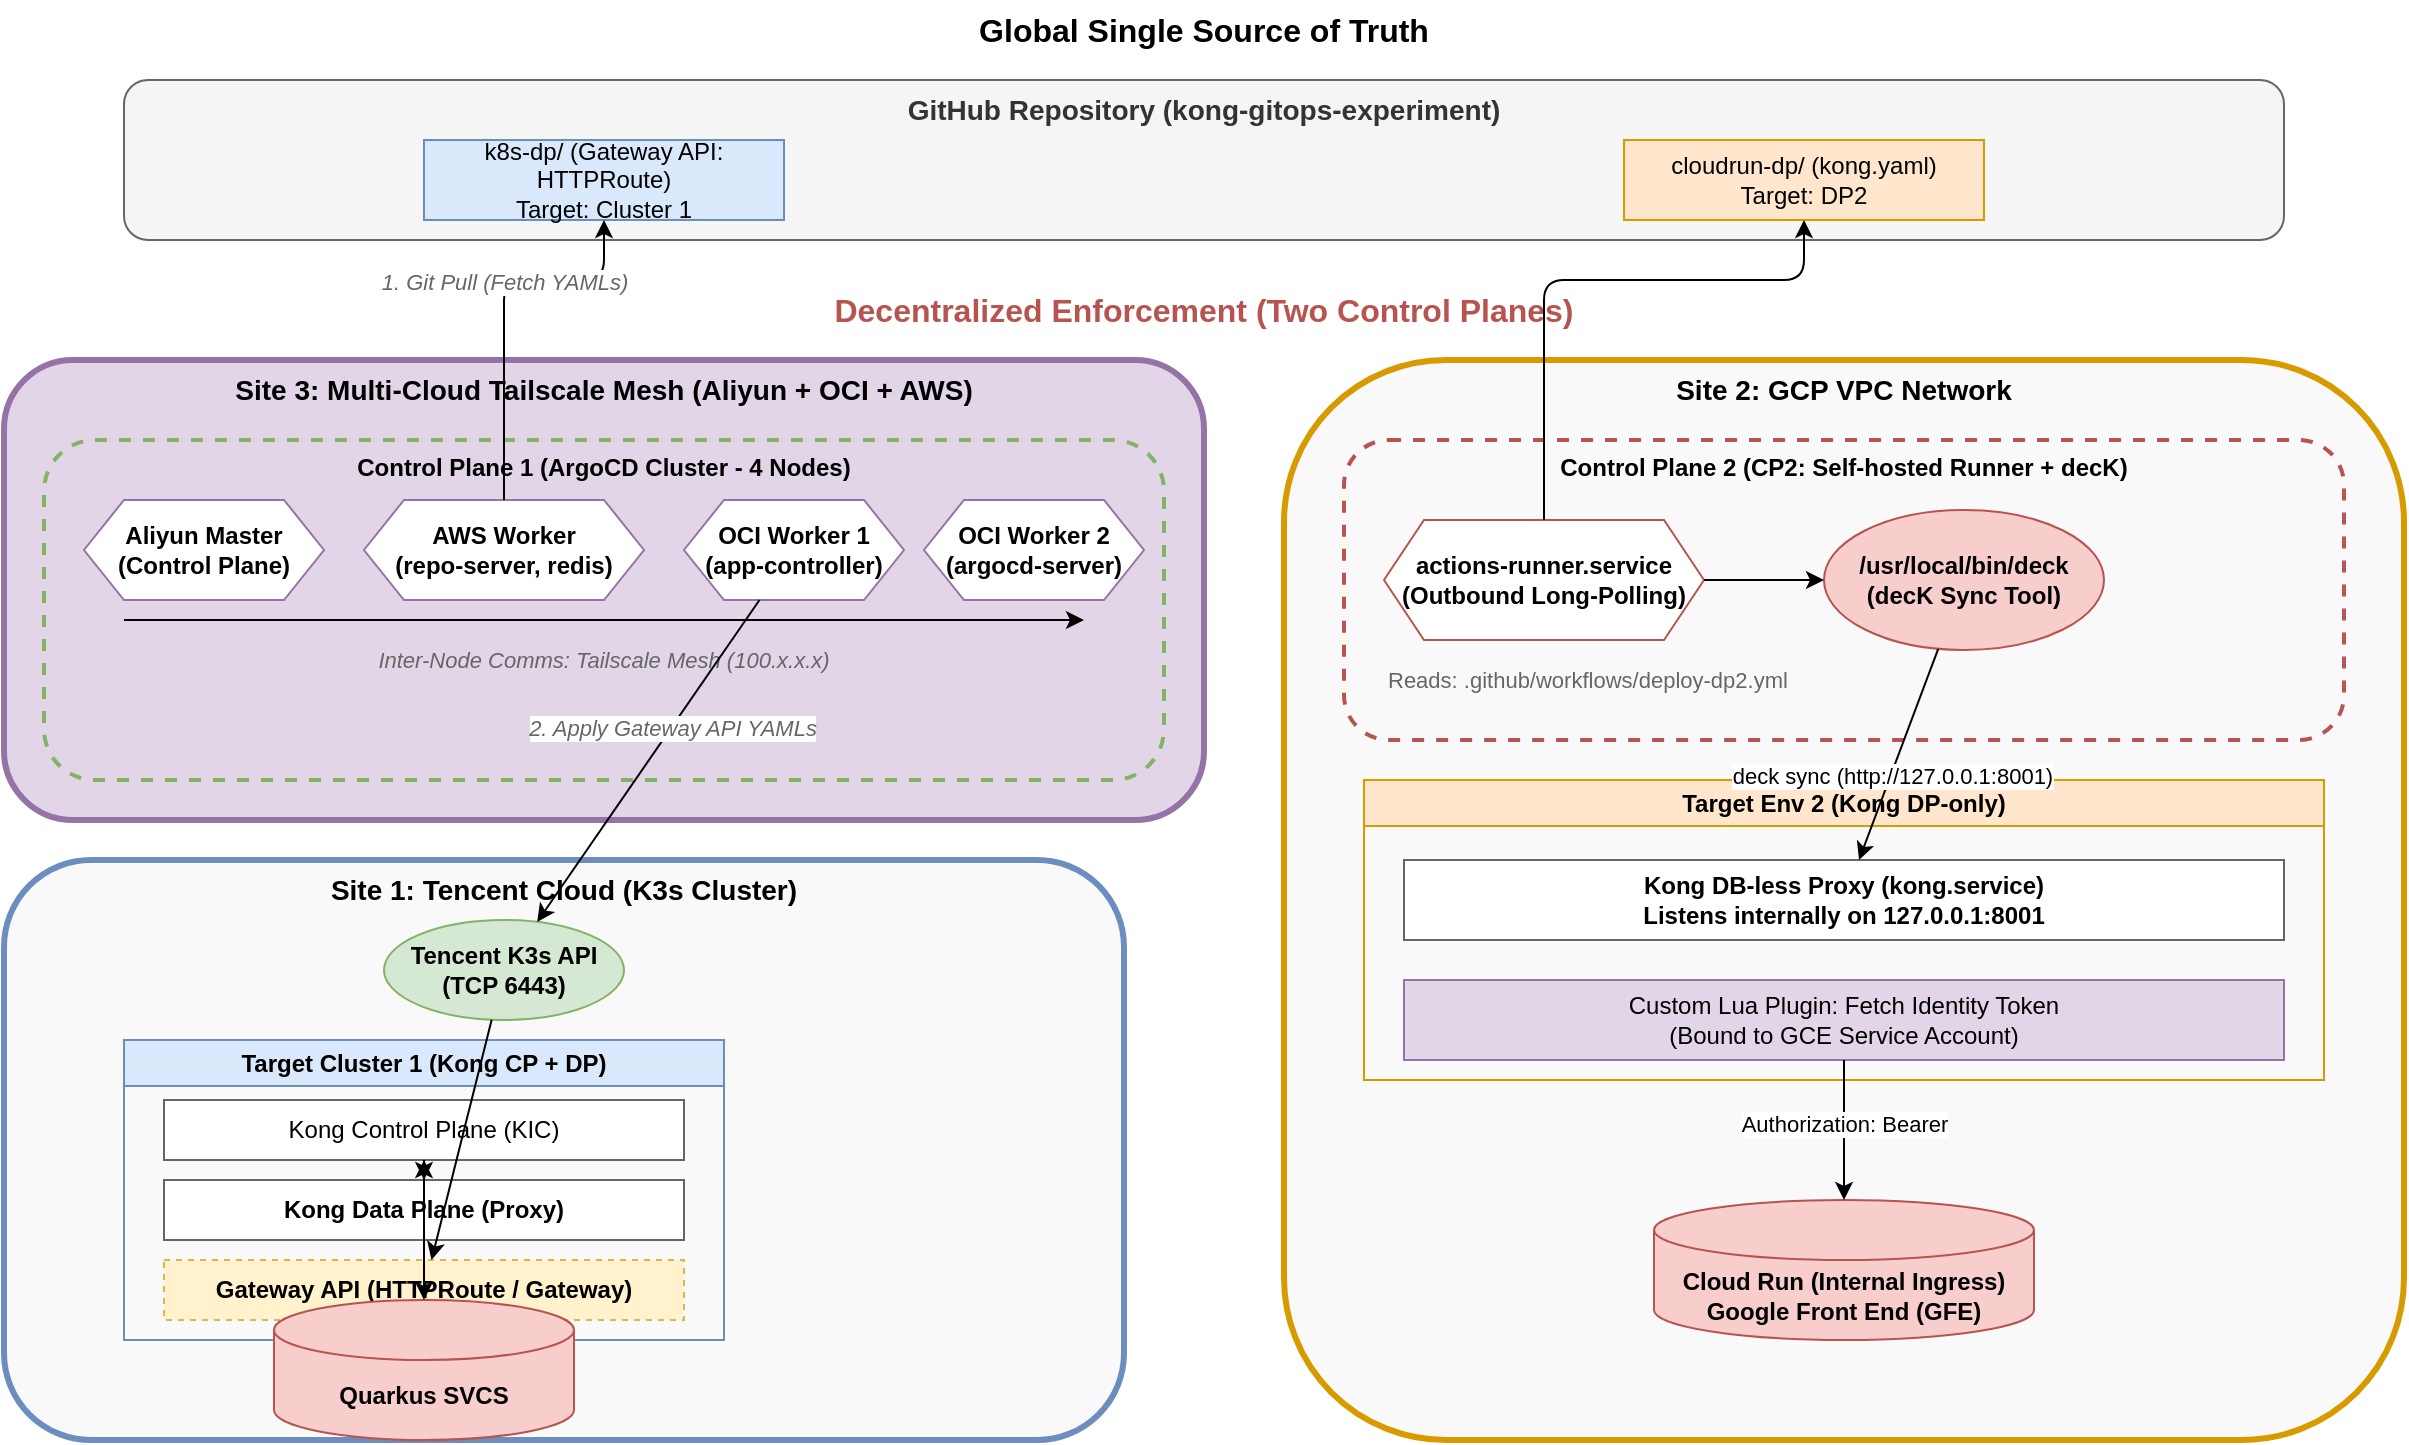
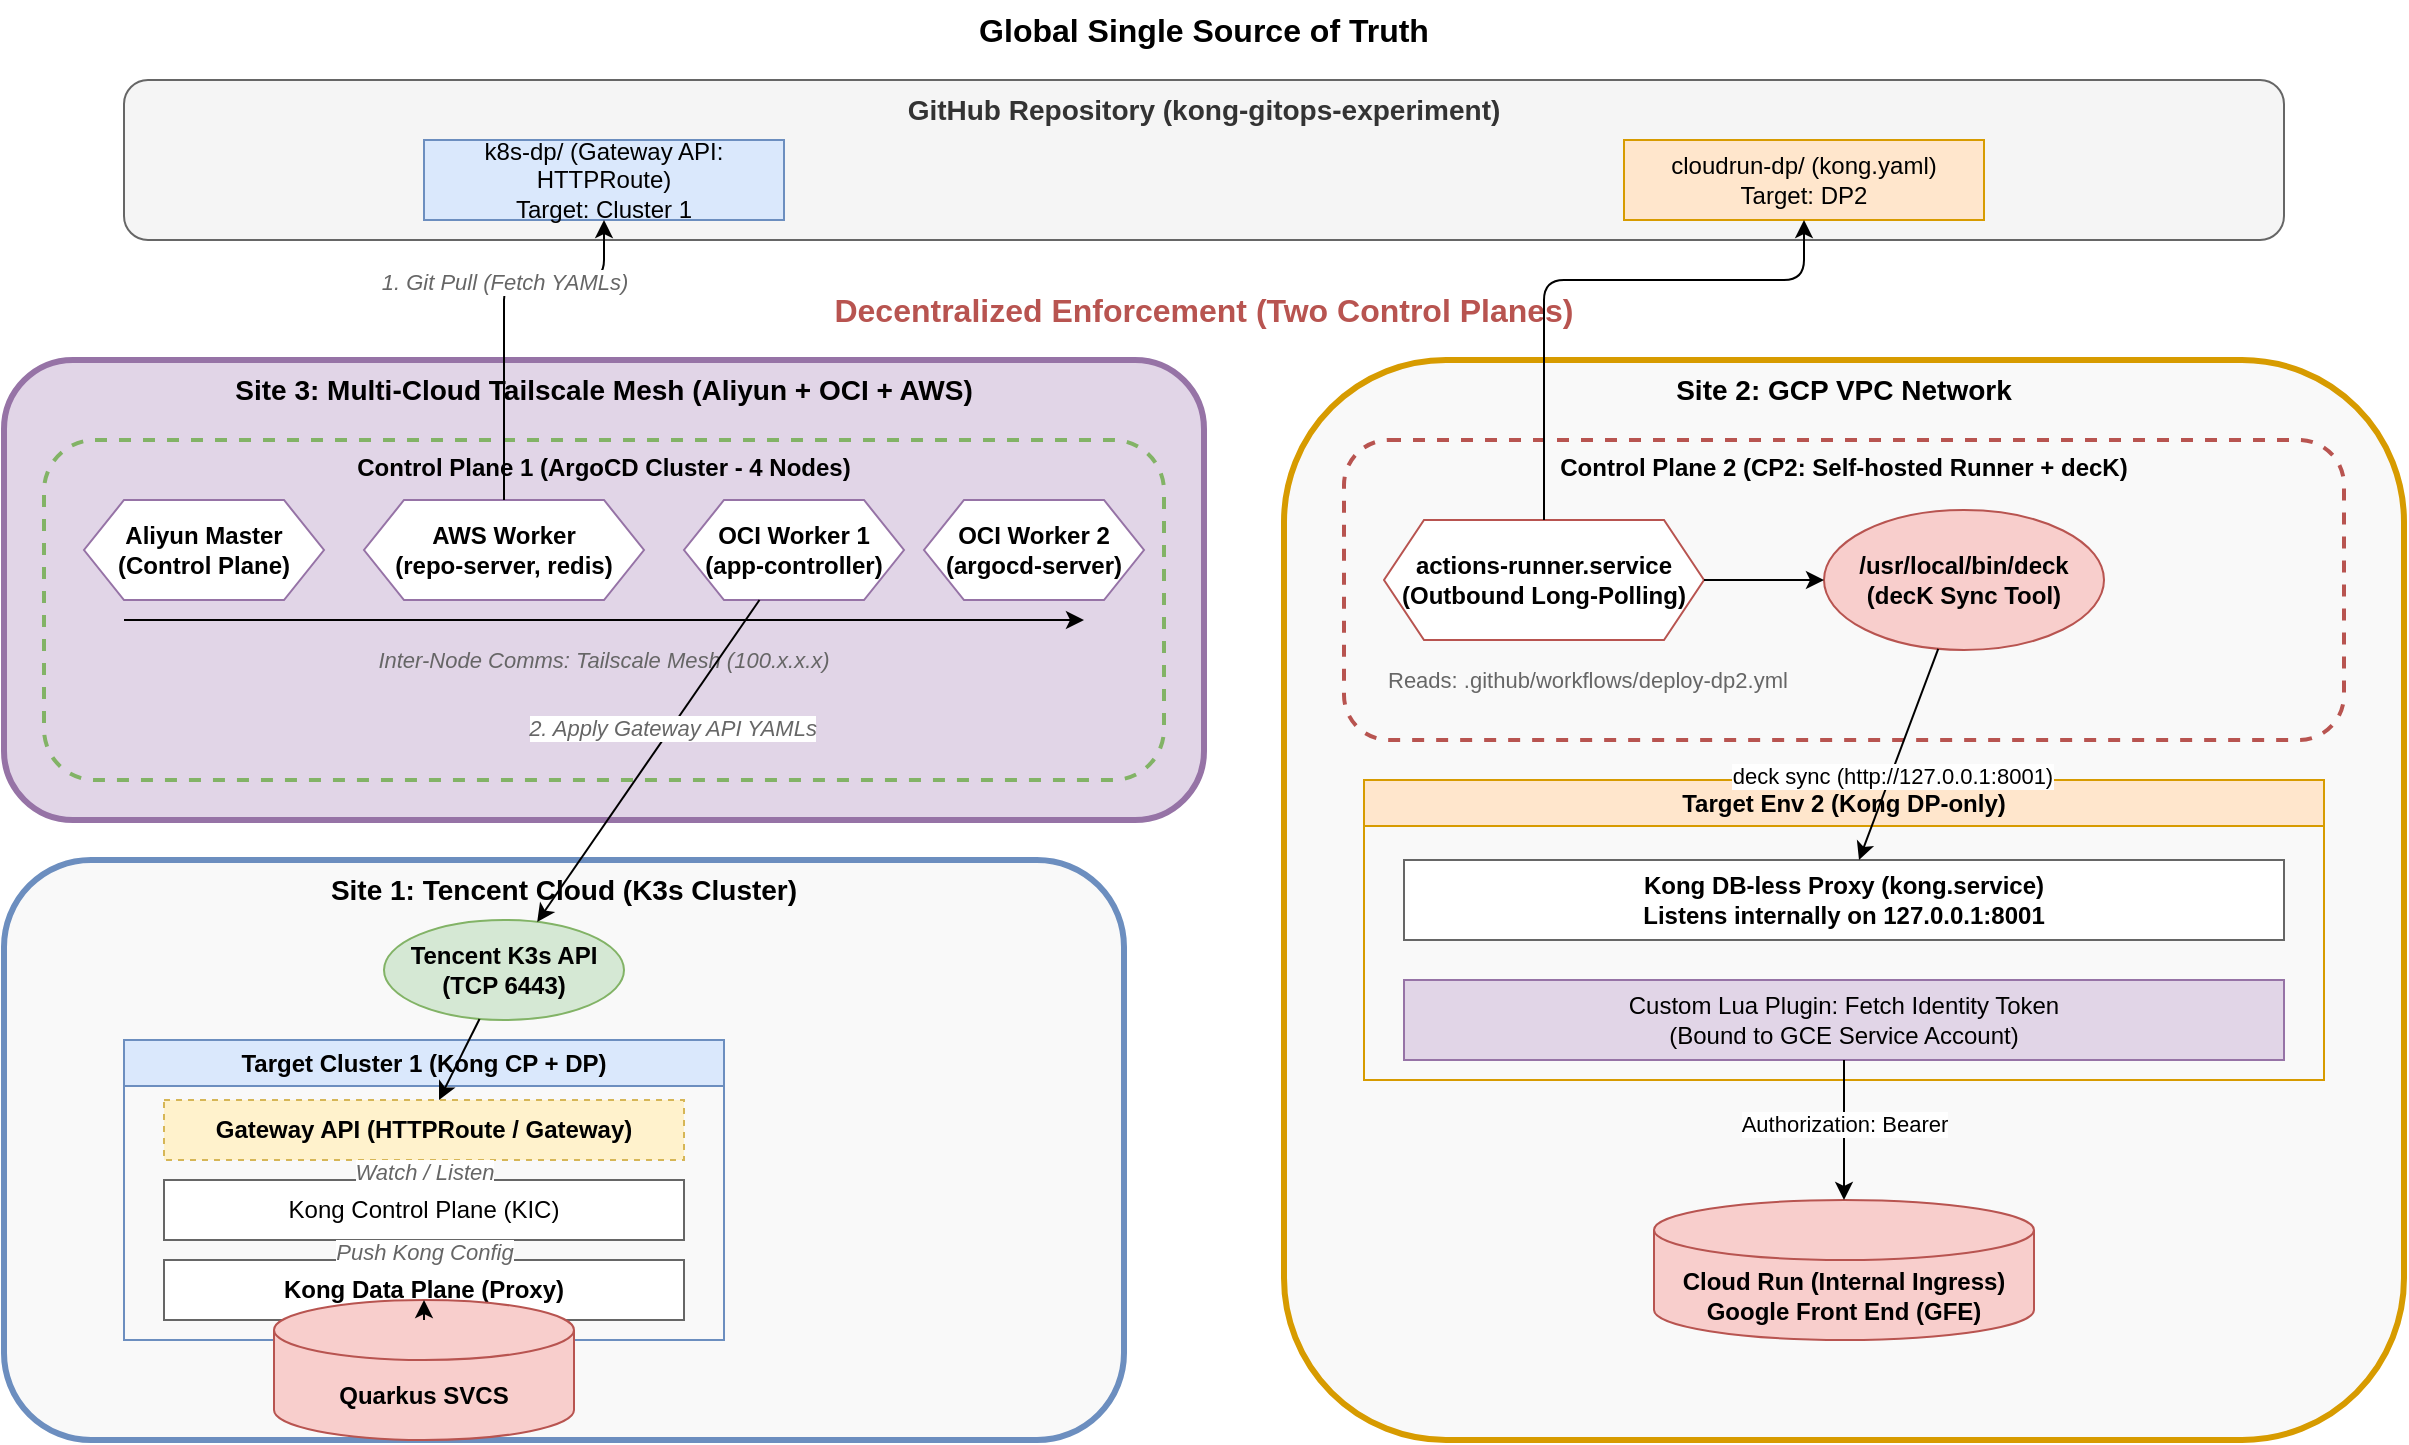
<mxfile host="Electron" modified="2026-06-06T14:45:00.000Z" agent="Mozilla/5.0" version="22.1.2" type="device">
  <diagram id="kong-gitops-cp-details" name="Architecture">
    <mxGraphModel dx="1434" dy="844" grid="1" gridSize="10" guides="1" tooltips="1" connect="1" arrows="1" fold="1" page="1" pageScale="1" pageWidth="1300" pageHeight="900" math="0" shadow="0">
      <root>
        <mxCell id="0" />
        <mxCell id="1" parent="0" />

        <!-- Global Truth -->
        <mxCell id="global_truth" value="Global Single Source of Truth" style="text;html=1;strokeColor=none;fillColor=none;align=center;verticalAlign=middle;whiteSpace=wrap;rounded=0;fontStyle=1;fontSize=16;" vertex="1" parent="1">
          <mxGeometry x="500" y="10" width="280" height="30" as="geometry" />
        </mxCell>

        <!-- GitHub Repo Box -->
        <mxCell id="github_repo" value="GitHub Repository (kong-gitops-experiment)" style="rounded=1;whiteSpace=wrap;html=1;fillColor=#f5f5f5;fontStyle=1;strokeColor=#666666;fontColor=#333333;verticalAlign=top;fontSize=14;" vertex="1" parent="1">
          <mxGeometry x="100" y="50" width="1080" height="80" as="geometry" />
        </mxCell>

        <mxCell id="github_k8s_code" value="k8s-dp/ (Gateway API: HTTPRoute)&#10;Target: Cluster 1" style="rounded=0;whiteSpace=wrap;html=1;fillColor=#dae8fc;strokeColor=#6c8ebf;" vertex="1" parent="1">
          <mxGeometry x="250" y="80" width="180" height="40" as="geometry" />
        </mxCell>

        <mxCell id="github_cr_code" value="cloudrun-dp/ (kong.yaml)&#10;Target: DP2" style="rounded=0;whiteSpace=wrap;html=1;fillColor=#ffe6cc;strokeColor=#d79b00;" vertex="1" parent="1">
          <mxGeometry x="850" y="80" width="180" height="40" as="geometry" />
        </mxCell>

        <!-- Decentralized Control Planes Header -->
        <mxCell id="decentralized_label" value="Decentralized Enforcement (Two Control Planes)" style="text;html=1;strokeColor=none;fillColor=none;align=center;verticalAlign=middle;whiteSpace=wrap;rounded=0;fontStyle=1;fontSize=16;fontColor=#b85450;" vertex="1" parent="1">
          <mxGeometry x="450" y="150" width="380" height="30" as="geometry" />
        </mxCell>

        <!-- Site 3: OCI & Aliyun & AWS -->
        <mxCell id="oci_cloud" value="Site 3: Multi-Cloud Tailscale Mesh (Aliyun + OCI + AWS)" style="rounded=1;whiteSpace=wrap;html=1;fillColor=#e1d5e7;strokeColor=#9673a6;strokeWidth=3;verticalAlign=top;fontStyle=1;fontSize=14;" vertex="1" parent="1">
          <mxGeometry x="40" y="190" width="600" height="230" as="geometry" />
        </mxCell>

        <!-- Site 1: Tencent Cloud -->
        <mxCell id="lan_cluster" value="Site 1: Tencent Cloud (K3s Cluster)" style="rounded=1;whiteSpace=wrap;html=1;fillColor=#f9f9f9;strokeColor=#6c8ebf;strokeWidth=3;verticalAlign=top;fontStyle=1;fontSize=14;" vertex="1" parent="1">
          <mxGeometry x="40" y="440" width="560" height="290" as="geometry" />
        </mxCell>

        <!-- Site 2: GCP -->
        <mxCell id="gcp_vpc" value="Site 2: GCP VPC Network" style="rounded=1;whiteSpace=wrap;html=1;fillColor=#f9f9f9;strokeColor=#d79b00;strokeWidth=3;verticalAlign=top;fontStyle=1;fontSize=14;" vertex="1" parent="1">
          <mxGeometry x="680" y="190" width="560" height="540" as="geometry" />
        </mxCell>

        <!-- CP1 Box (Cross-Cloud) -->
        <mxCell id="cp1_box" value="Control Plane 1 (ArgoCD Cluster - 4 Nodes)" style="rounded=1;whiteSpace=wrap;html=1;fillColor=none;strokeColor=#82b366;strokeWidth=2;dashed=1;verticalAlign=top;fontStyle=1;" vertex="1" parent="1">
          <mxGeometry x="60" y="230" width="560" height="170" as="geometry" />
        </mxCell>

        <mxCell id="cp1_aliyun" value="Aliyun Master&#10;(Control Plane)" style="shape=hexagon;perimeter=hexagonPerimeter2;whiteSpace=wrap;html=1;fixedSize=1;fillColor=#ffffff;strokeColor=#9673a6;fontStyle=1" vertex="1" parent="cp1_box">
          <mxGeometry x="20" y="30" width="120" height="50" as="geometry" />
        </mxCell>

        <mxCell id="cp1_aws" value="AWS Worker&#10;(repo-server, redis)" style="shape=hexagon;perimeter=hexagonPerimeter2;whiteSpace=wrap;html=1;fixedSize=1;fillColor=#ffffff;strokeColor=#9673a6;fontStyle=1" vertex="1" parent="cp1_box">
          <mxGeometry x="160" y="30" width="140" height="50" as="geometry" />
        </mxCell>

        <mxCell id="cp1_oci1" value="OCI Worker 1&#10;(app-controller)" style="shape=hexagon;perimeter=hexagonPerimeter2;whiteSpace=wrap;html=1;fixedSize=1;fillColor=#ffffff;strokeColor=#9673a6;fontStyle=1" vertex="1" parent="cp1_box">
          <mxGeometry x="320" y="30" width="110" height="50" as="geometry" />
        </mxCell>

        <mxCell id="cp1_oci2" value="OCI Worker 2&#10;(argocd-server)" style="shape=hexagon;perimeter=hexagonPerimeter2;whiteSpace=wrap;html=1;fixedSize=1;fillColor=#ffffff;strokeColor=#9673a6;fontStyle=1" vertex="1" parent="cp1_box">
          <mxGeometry x="440" y="30" width="110" height="50" as="geometry" />
        </mxCell>

        <!-- Tailscale Mesh Network inside CP1 -->
        <mxCell id="cp1_tailscale_desc" value="Inter-Node Comms: Tailscale Mesh (100.x.x.x)" style="text;html=1;strokeColor=none;fillColor=none;align=center;verticalAlign=middle;whiteSpace=wrap;rounded=0;fontStyle=2;fontSize=11;fontColor=#666666;" vertex="1" parent="cp1_box">
          <mxGeometry x="130" y="100" width="300" height="20" as="geometry" />
        </mxCell>
        <mxCell id="cp1_tailscale_line" edge="1" parent="cp1_box">
          <mxGeometry width="50" height="50" relative="1" as="geometry">
            <mxPoint x="40" y="90" as="sourcePoint" />
            <mxPoint x="520" y="90" as="targetPoint" />
          </mxGeometry>
        </mxCell>

        <!-- K8s API in Tencent -->
        <mxCell id="tencent_api" value="Tencent K3s API&#10;(TCP 6443)" style="ellipse;whiteSpace=wrap;html=1;fillColor=#d5e8d4;strokeColor=#82b366;fontStyle=1" vertex="1" parent="1">
          <mxGeometry x="230" y="470" width="120" height="50" as="geometry" />
        </mxCell>

        <!-- ArgoCD Application Controller -> Tencent API -->
        <mxCell id="argo_to_tencent" edge="1" parent="1" source="cp1_oci1" target="tencent_api">
          <mxGeometry relative="1" as="geometry" />
        </mxCell>
        <mxCell id="label_argo_sync" value="2. Apply Gateway API YAMLs" style="edgeLabel;html=1;align=center;verticalAlign=middle;resizable=0;points=[];fontColor=#666666;fontStyle=2;backgroundColor=#ffffff;" vertex="1" connectable="0" parent="argo_to_tencent">
          <mxGeometry x="-0.2" relative="1" as="geometry">
            <mxPoint as="offset" />
          </mxGeometry>
        </mxCell>

        <!-- DP1 (Tencent KIC) -->
        <mxCell id="dp1_box" value="Target Cluster 1 (Kong CP + DP)" style="swimlane;whiteSpace=wrap;html=1;fillColor=#dae8fc;strokeColor=#6c8ebf;fontStyle=1" vertex="1" parent="1">
          <mxGeometry x="100" y="530" width="300" height="150" as="geometry" />
        </mxCell>
        <mxCell id="kic1" value="Kong Control Plane (KIC)" style="rounded=0;whiteSpace=wrap;html=1;fillColor=#ffffff;strokeColor=#666666;" vertex="1" parent="dp1_box">
+           <mxGeometry x="20" y="70" width="260" height="30" as="geometry" />
+         </mxCell>
+                 <mxCell id="proxy1" value="Kong Data Plane (Proxy)" style="rounded=0;whiteSpace=wrap;html=1;fillColor=#ffffff;strokeColor=#666666;fontStyle=1" vertex="1" parent="dp1_box">
+           <mxGeometry x="20" y="110" width="260" height="30" as="geometry" />
+         </mxCell>
+         <mxCell id="gw_api" value="Gateway API (HTTPRoute / Gateway)" style="rounded=0;whiteSpace=wrap;html=1;fillColor=#fff2cc;strokeColor=#d6b656;fontStyle=1;dashed=1" vertex="1" parent="dp1_box">
          <mxGeometry x="20" y="30" width="260" height="30" as="geometry" />
        </mxCell>
-                 <mxCell id="proxy1" value="Kong Data Plane (Proxy)" style="rounded=0;whiteSpace=wrap;html=1;fillColor=#ffffff;strokeColor=#666666;fontStyle=1" vertex="1" parent="dp1_box">
-           <mxGeometry x="20" y="70" width="260" height="30" as="geometry" />
-         </mxCell>
-         <mxCell id="gw_api" value="Gateway API (HTTPRoute / Gateway)" style="rounded=0;whiteSpace=wrap;html=1;fillColor=#fff2cc;strokeColor=#d6b656;fontStyle=1;dashed=1" vertex="1" parent="dp1_box">
-           <mxGeometry x="20" y="110" width="260" height="30" as="geometry" />
-         </mxCell>

        <mxCell id="tencent_api_to_gw" edge="1" parent="1" source="tencent_api" target="gw_api">
          <mxGeometry relative="1" as="geometry" />
        </mxCell>
-         <mxCell id="gw_to_kic" edge="1" parent="1" source="gw_api" target="kic1">
-           <mxGeometry relative="1" as="geometry" />
+         <mxCell id="gw_to_kic" edge="1" parent="1" source="gw_api" target="kic1" style="dashed=1;">
+           <mxGeometry relative="1" as="geometry" />
+         </mxCell>
+         <mxCell id="label_watch" value="Watch / Listen" style="edgeLabel;html=1;align=center;verticalAlign=middle;resizable=0;points=[];fontColor=#666666;fontStyle=2;backgroundColor=#ffffff;" vertex="1" connectable="0" parent="gw_to_kic">
+           <mxGeometry x="0.1" relative="1" as="geometry">
+             <mxPoint as="offset" />
+           </mxGeometry>
        </mxCell>
        <mxCell id="kic_to_proxy" edge="1" parent="1" source="kic1" target="proxy1">
          <mxGeometry relative="1" as="geometry" />
+         </mxCell>
+         <mxCell id="label_push" value="Push Kong Config" style="edgeLabel;html=1;align=center;verticalAlign=middle;resizable=0;points=[];fontColor=#666666;fontStyle=2;backgroundColor=#ffffff;" vertex="1" connectable="0" parent="kic_to_proxy">
+           <mxGeometry x="0.1" relative="1" as="geometry">
+             <mxPoint as="offset" />
+           </mxGeometry>
        </mxCell>

        <!-- CP2 Box -->
        <mxCell id="cp2_box" value="Control Plane 2 (CP2: Self-hosted Runner + decK)" style="rounded=1;whiteSpace=wrap;html=1;fillColor=none;strokeColor=#b85450;strokeWidth=2;dashed=1;verticalAlign=top;fontStyle=1;" vertex="1" parent="1">
          <mxGeometry x="710" y="230" width="500" height="150" as="geometry" />
        </mxCell>
        <mxCell id="gh_actions_runner" value="actions-runner.service&#10;(Outbound Long-Polling)" style="shape=hexagon;perimeter=hexagonPerimeter2;whiteSpace=wrap;html=1;fixedSize=1;fillColor=#ffffff;strokeColor=#b85450;fontStyle=1" vertex="1" parent="cp2_box">
          <mxGeometry x="20" y="40" width="160" height="60" as="geometry" />
        </mxCell>
        <mxCell id="deck_tool" value="/usr/local/bin/deck&#10;(decK Sync Tool)" style="ellipse;whiteSpace=wrap;html=1;fillColor=#f8cecc;strokeColor=#b85450;fontStyle=1" vertex="1" parent="cp2_box">
          <mxGeometry x="240" y="35" width="140" height="70" as="geometry" />
        </mxCell>
        <mxCell id="run2deck" edge="1" parent="cp2_box" source="gh_actions_runner" target="deck_tool">
          <mxGeometry relative="1" as="geometry" />
        </mxCell>
        <mxCell id="cp2_desc" value="Reads: .github/workflows/deploy-dp2.yml" style="text;html=1;strokeColor=none;fillColor=none;align=left;verticalAlign=middle;whiteSpace=wrap;rounded=0;fontSize=11;fontColor=#666666;" vertex="1" parent="cp2_box">
          <mxGeometry x="20" y="110" width="250" height="20" as="geometry" />
        </mxCell>

        <!-- DP2 (GCP VM) -->
        <mxCell id="dp2_box" value="Target Env 2 (Kong DP-only)" style="swimlane;whiteSpace=wrap;html=1;fillColor=#ffe6cc;strokeColor=#d79b00;fontStyle=1" vertex="1" parent="1">
          <mxGeometry x="720" y="400" width="480" height="150" as="geometry" />
        </mxCell>
        <mxCell id="vm_kong" value="Kong DB-less Proxy (kong.service)&#10;Listens internally on 127.0.0.1:8001" style="rounded=0;whiteSpace=wrap;html=1;fillColor=#ffffff;strokeColor=#666666;fontStyle=1" vertex="1" parent="dp2_box">
          <mxGeometry x="20" y="40" width="440" height="40" as="geometry" />
        </mxCell>
        <mxCell id="custom_plugin" value="Custom Lua Plugin: Fetch Identity Token&#10;(Bound to GCE Service Account)" style="rounded=0;whiteSpace=wrap;html=1;fillColor=#e1d5e7;strokeColor=#9673a6;fontStyle=0" vertex="1" parent="dp2_box">
          <mxGeometry x="20" y="100" width="440" height="40" as="geometry" />
        </mxCell>

        <!-- Upstreams -->
        <mxCell id="k8s_svc" value="Quarkus SVCS" style="shape=cylinder3;whiteSpace=wrap;html=1;boundedLbl=1;backgroundOutline=1;size=15;fillColor=#f8cecc;strokeColor=#b85450;fontStyle=1" vertex="1" parent="1">
          <mxGeometry x="175" y="660" width="150" height="70" as="geometry" />
        </mxCell>
        <mxCell id="cr_svc" value="Cloud Run (Internal Ingress)&#10;Google Front End (GFE)" style="shape=cylinder3;whiteSpace=wrap;html=1;boundedLbl=1;backgroundOutline=1;size=15;fillColor=#f8cecc;strokeColor=#b85450;fontStyle=1" vertex="1" parent="1">
          <mxGeometry x="865" y="610" width="190" height="70" as="geometry" />
        </mxCell>

        <!-- Connections -->
        <!-- Pulls -->
        <mxCell id="pull1" edge="1" parent="1" source="cp1_aws" target="github_k8s_code">
          <mxGeometry relative="1" as="geometry">
            <Array as="points">
              <mxPoint x="290" y="150" />
              <mxPoint x="340" y="150" />
            </Array>
          </mxGeometry>
        </mxCell>
        <mxCell id="label_pull1" value="1. Git Pull (Fetch YAMLs)" style="edgeLabel;html=1;align=center;verticalAlign=middle;resizable=0;points=[];fontColor=#666666;fontStyle=2;backgroundColor=#ffffff;" vertex="1" connectable="0" parent="pull1">
          <mxGeometry x="0.15" relative="1" as="geometry">
            <mxPoint as="offset" />
          </mxGeometry>
        </mxCell>
        <mxCell id="pull2" edge="1" parent="1" source="gh_actions_runner" target="github_cr_code">
          <mxGeometry relative="1" as="geometry">
            <Array as="points">
              <mxPoint x="810" y="150" />
              <mxPoint x="940" y="150" />
            </Array>
          </mxGeometry>
        </mxCell>

        <!-- decK to VM Admin API -->
        <mxCell id="deck_to_vm" edge="1" parent="1" source="deck_tool" target="vm_kong">
          <mxGeometry relative="1" as="geometry" />
        </mxCell>
        <mxCell id="label_deck" value="deck sync (http://127.0.0.1:8001)" style="edgeLabel;html=1;align=center;verticalAlign=middle;resizable=0;points=[];" vertex="1" connectable="0" parent="deck_to_vm">
          <mxGeometry x="0.2" relative="1" as="geometry">
            <mxPoint as="offset" />
          </mxGeometry>
        </mxCell>

        <!-- Routing -->
        <mxCell id="rt1" edge="1" parent="1" source="proxy1" target="k8s_svc">
          <mxGeometry relative="1" as="geometry" />
        </mxCell>
        <mxCell id="rt2" edge="1" parent="1" source="custom_plugin" target="cr_svc">
          <mxGeometry relative="1" as="geometry" />
        </mxCell>
        <mxCell id="label_auth" value="Authorization: Bearer &lt;ID_TOKEN&gt;" style="edgeLabel;html=1;align=center;verticalAlign=middle;resizable=0;points=[];" vertex="1" connectable="0" parent="rt2">
          <mxGeometry x="-0.1" relative="1" as="geometry">
            <mxPoint as="offset" />
          </mxGeometry>
        </mxCell>

      </root>
    </mxGraphModel>
  </diagram>
</mxfile>
